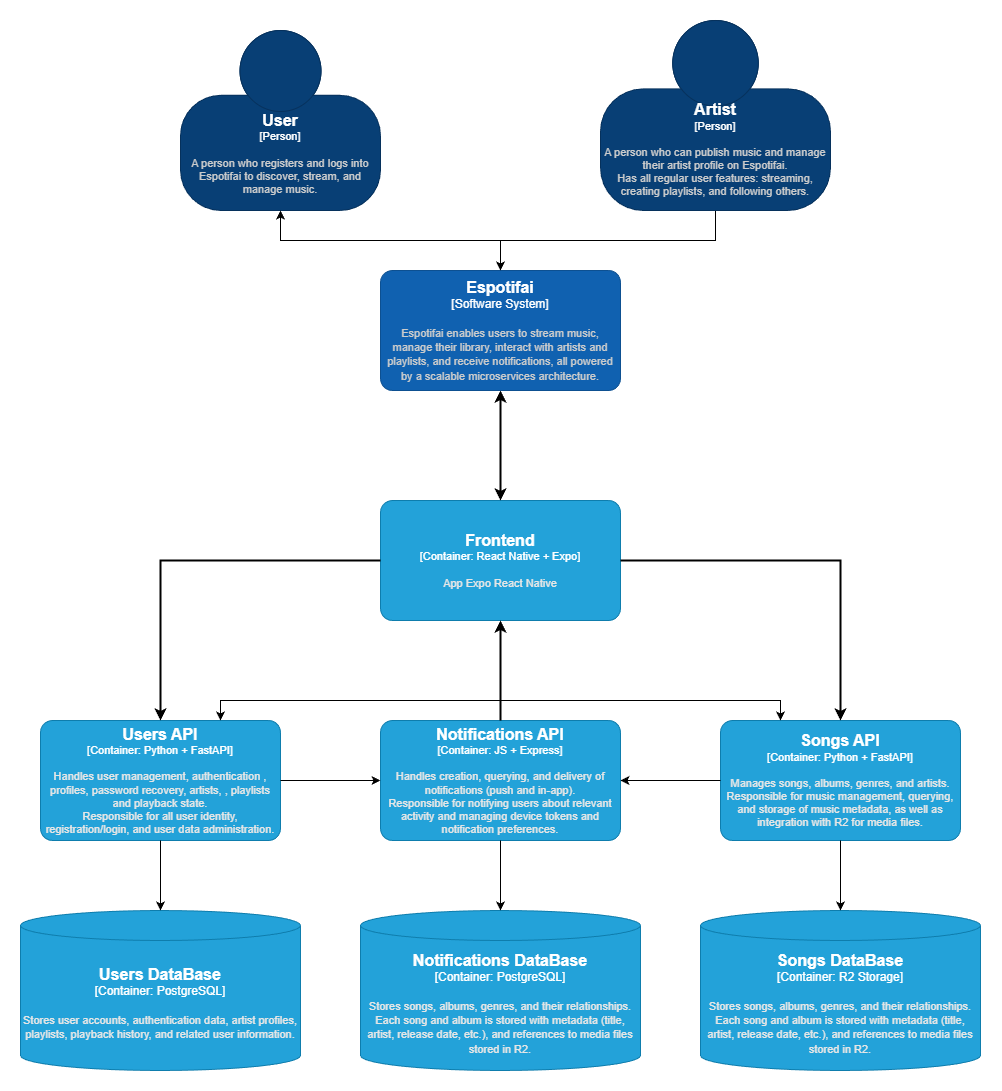
Earlier version of the draw.io export assets/architecture.png (is2-tp-espotifai/espotifai.github.io). Source tidied: cells renumbered, new cells last; positions are measured from the earlier drawing's top-left corner, leaving out a move shared by most shapes.
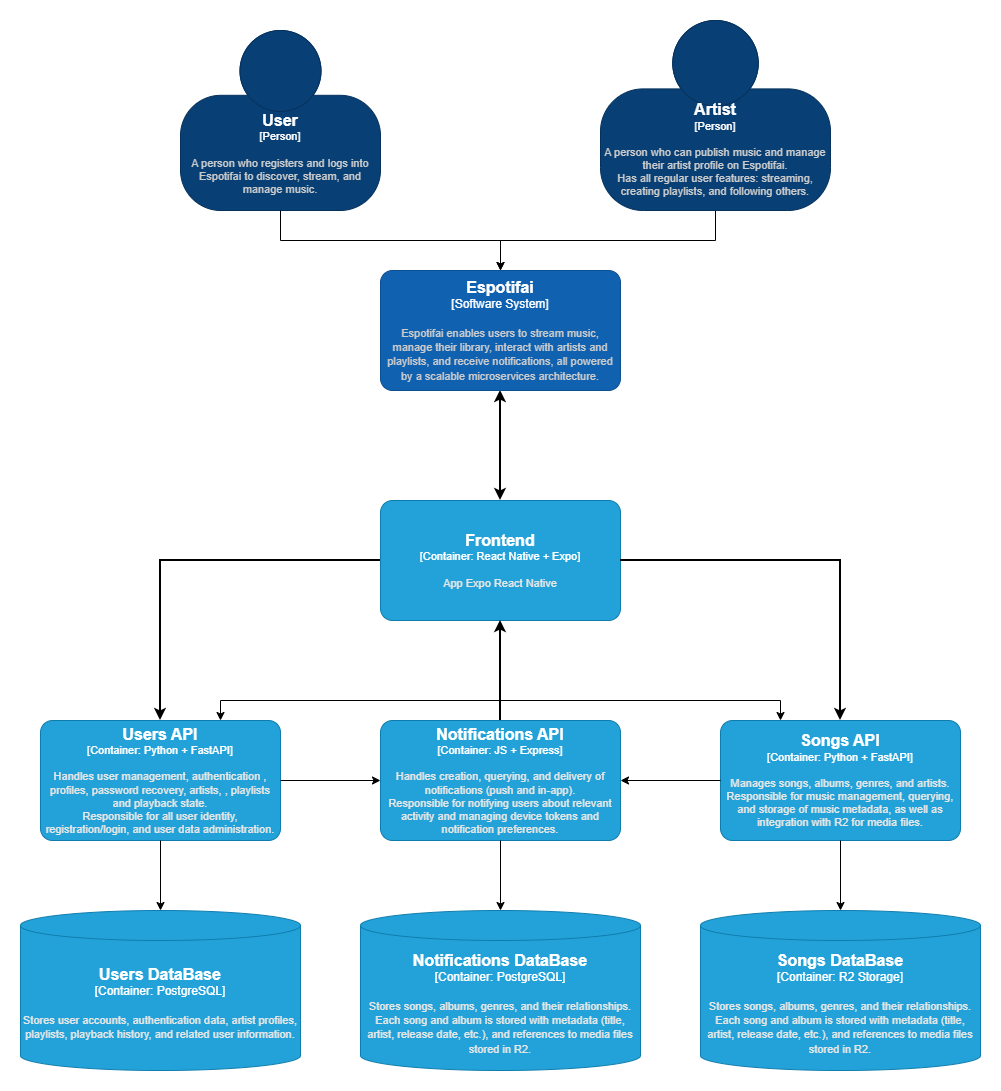
Later version of the same file.

Diff of the diagram source:
```diff
@@ -82,7 +82,7 @@
         <mxGeometry x="160" y="10" width="200" height="180" as="geometry" />
       </mxCell>
     </object>
-    <mxCell id="21" style="edgeStyle=orthogonalEdgeStyle;rounded=0;jettySize=auto;html=1;entryX=0.5;entryY=0;entryDx=0;entryDy=0;entryPerimeter=0;startArrow=classic;startFill=1;" parent="1" edge="1" source="20" target="19">
+    <mxCell id="21" style="edgeStyle=orthogonalEdgeStyle;rounded=0;jettySize=auto;html=1;entryX=0.5;entryY=0;entryDx=0;entryDy=0;entryPerimeter=0;startArrow=none;startFill=0;" parent="1" edge="1" source="20" target="19">
       <mxGeometry relative="1" as="geometry" />
     </mxCell>
     <mxCell id="22" style="edgeStyle=orthogonalEdgeStyle;rounded=0;jettySize=auto;html=1;" parent="1" edge="1" source="23" target="19">
```
